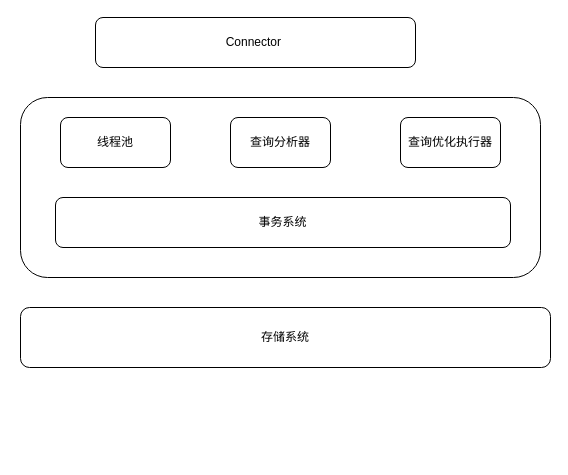
Above: 未命名绘图.drawio in willhan123/Docs (draw.io), before the change. Source tidied: cells renumbered, new cells numbered last; positions are measured from the earlier drawing's top-left corner, leaving out a move shared by most shapes. Both pictures are drawn from the tidied source at 100%, with x=0, y=0 at pixel (20, 17).
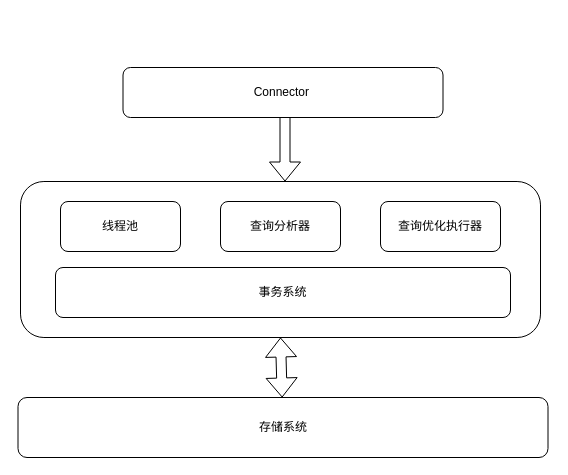
The same diagram, later.

Commit message (it also covers changes not shown here):
更新未命名绘图.drawio

The edit, as a diff of the source:
```diff
@@
 <mxGraphModel>
   <root>
     <mxCell id="0" />
     <mxCell id="1" parent="0" />
+    <mxCell id="9" style="edgeStyle=orthogonalEdgeStyle;rounded=0;orthogonalLoop=1;jettySize=auto;html=1;shape=flexArrow;strokeWidth=1;" parent="1" edge="1">
+      <mxGeometry relative="1" as="geometry">
+        <mxPoint x="264.5" y="80" as="sourcePoint" />
+        <mxPoint x="264.5" y="164" as="targetPoint" />
+      </mxGeometry>
+    </mxCell>
     <mxCell id="2" value="Connector&amp;nbsp;" style="rounded=1;whiteSpace=wrap;html=1;" parent="1" vertex="1">
-      <mxGeometry x="75" width="320" height="50" as="geometry" />
+      <mxGeometry x="102.5" y="50" width="320" height="50" as="geometry" />
     </mxCell>
     <mxCell id="3" style="rounded=1;whiteSpace=wrap;html=1;" parent="1" vertex="1">
-      <mxGeometry y="80" width="520" height="180" as="geometry" />
+      <mxGeometry y="164" width="520" height="156" as="geometry" />
     </mxCell>
     <mxCell id="4" value="线程池" style="rounded=1;whiteSpace=wrap;html=1;" parent="1" vertex="1">
-      <mxGeometry x="40" y="100" width="110" height="50" as="geometry" />
+      <mxGeometry x="40" y="184" width="120" height="50" as="geometry" />
     </mxCell>
     <mxCell id="5" value="查询分析器" style="rounded=1;whiteSpace=wrap;html=1;" parent="1" vertex="1">
-      <mxGeometry x="210" y="100" width="100" height="50" as="geometry" />
+      <mxGeometry x="200" y="184" width="120" height="50" as="geometry" />
     </mxCell>
     <mxCell id="6" value="查询优化执行器" style="rounded=1;whiteSpace=wrap;html=1;" parent="1" vertex="1">
-      <mxGeometry x="380" y="100" width="100" height="50" as="geometry" />
+      <mxGeometry x="360" y="184" width="120" height="50" as="geometry" />
     </mxCell>
     <mxCell id="7" value="事务系统" style="rounded=1;whiteSpace=wrap;html=1;" parent="1" vertex="1">
-      <mxGeometry x="35" y="180" width="455" height="50" as="geometry" />
+      <mxGeometry x="35" y="250" width="455" height="50" as="geometry" />
     </mxCell>
     <mxCell id="8" value="存储系统" style="rounded=1;whiteSpace=wrap;html=1;" parent="1" vertex="1">
-      <mxGeometry y="290" width="530" height="60" as="geometry" />
+      <mxGeometry x="-2.5" y="380" width="530" height="60" as="geometry" />
     </mxCell>
+    <mxCell id="10" style="shape=flexArrow;endArrow=classic;startArrow=classic;html=1;rounded=0;entryX=0.5;entryY=1;entryDx=0;entryDy=0;" parent="1" edge="1" source="8" target="3">
+      <mxGeometry relative="1" as="geometry" />
+    </mxCell>
   </root>
 </mxGraphModel>
```
